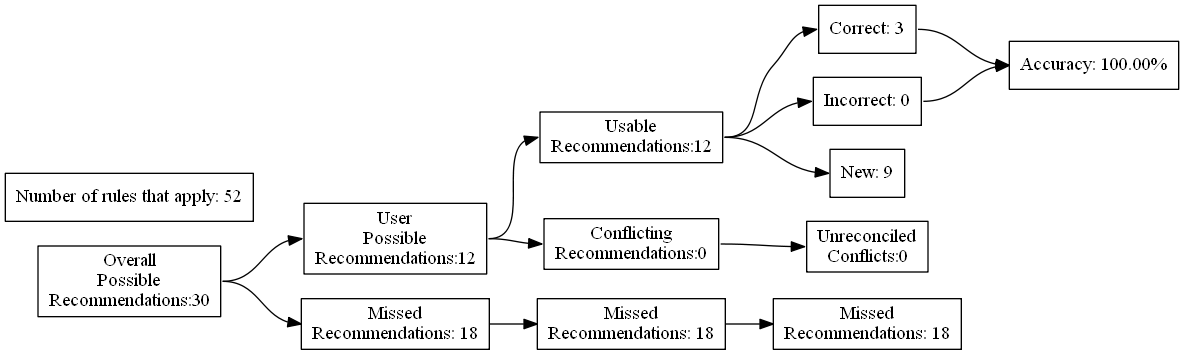
Before: test_renders/33.gv.png, a diagram exported from Graphviz (ZaxR/ibd_diet_analysis). Its source is kept beside it as test_renders/33.gv.
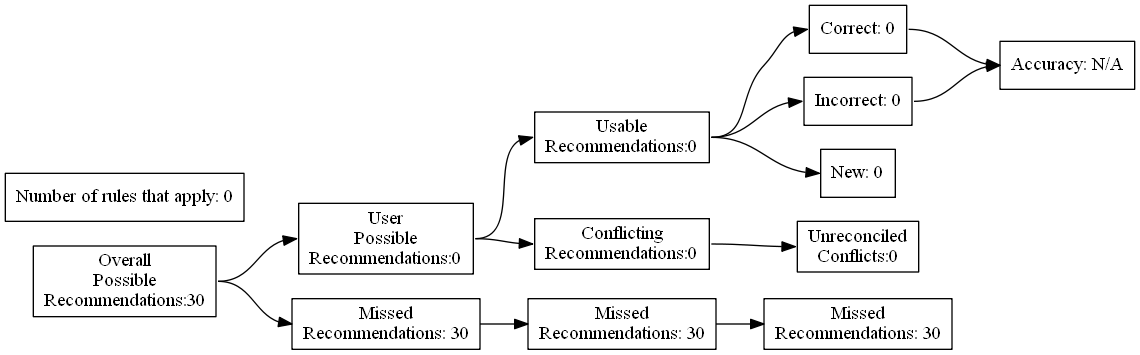
Later version of the same file.

The edit, as a diff of the source:
```diff
@@ -7,24 +7,24 @@
 Recommendations:30"]
 		B [label="User
 Possible
-Recommendations:12"]
+Recommendations:0"]
 		C [label="Missed
-Recommendations: 18"]
+Recommendations: 30"]
 		D [label="Usable
-Recommendations:12"]
+Recommendations:0"]
 		E [label="Conflicting
 Recommendations:0"]
 		J [label="Missed
-Recommendations: 18"]
+Recommendations: 30"]
 		M [label="Unreconciled
 Conflicts:0"]
-		F [label="Correct: 3"]
+		F [label="Correct: 0"]
 		G [label="Incorrect: 0"]
-		H [label="New: 9"]
+		H [label="New: 0"]
 		K [label="Missed
-Recommendations: 18"]
-		I [label="Accuracy: 100.00%"]
-		l [label="Number of rules that apply: 52"]
+Recommendations: 30"]
+		I [label="Accuracy: N/A"]
+		l [label="Number of rules that apply: 0"]
 			A -> B
 			A -> C
 			B -> D
```
